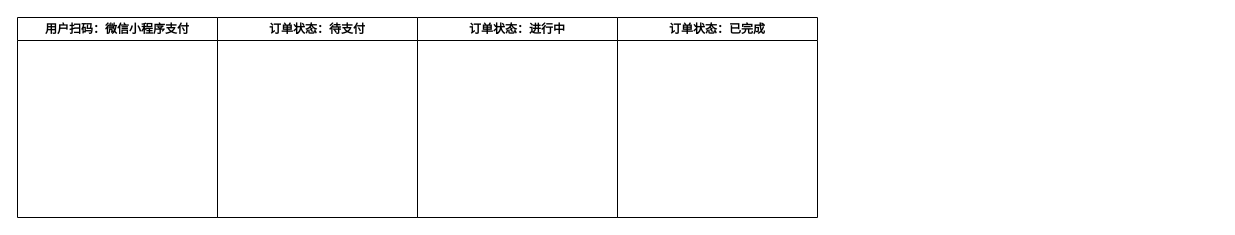
Before: 订单状态.drawio in joestarhu/drowio, a draw.io diagram. Source tidied: cells renumbered, new cells numbered last; positions are measured from the earlier drawing's top-left corner, leaving out a move shared by most shapes. Both pictures are drawn from the tidied source at 100%, with x=0, y=0 at pixel (17, 17).
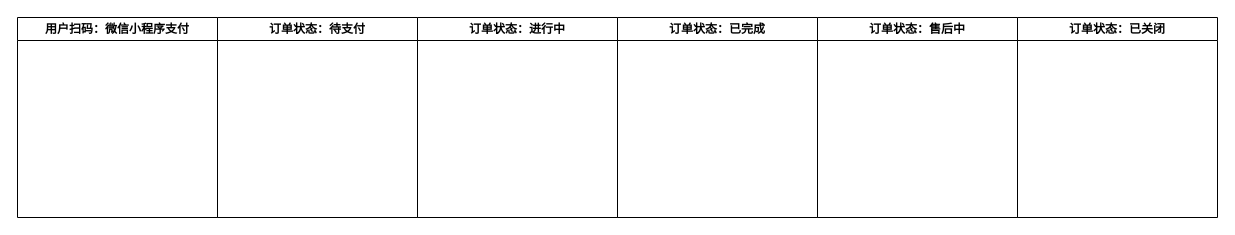
Above is the later version.

Commit message (it also covers changes not shown here):
更新订单状态.drawio

Diff of the diagram source:
```diff
@@
 <mxGraphModel>
   <root>
     <mxCell id="0" />
     <mxCell id="1" parent="0" />
     <mxCell id="2" value="用户扫码：微信小程序支付" style="swimlane;whiteSpace=wrap;html=1;" parent="1" vertex="1">
       <mxGeometry width="200" height="200" as="geometry" />
     </mxCell>
     <mxCell id="3" value="订单状态：待支付" style="swimlane;whiteSpace=wrap;html=1;" parent="1" vertex="1">
       <mxGeometry x="200" width="200" height="200" as="geometry" />
     </mxCell>
     <mxCell id="4" value="订单状态：进行中" style="swimlane;whiteSpace=wrap;html=1;" parent="1" vertex="1">
       <mxGeometry x="400" width="200" height="200" as="geometry" />
     </mxCell>
     <mxCell id="5" value="订单状态：已完成" style="swimlane;whiteSpace=wrap;html=1;" parent="1" vertex="1">
       <mxGeometry x="600" width="200" height="200" as="geometry" />
     </mxCell>
+    <mxCell id="6" value="订单状态：售后中" style="swimlane;whiteSpace=wrap;html=1;" parent="1" vertex="1">
+      <mxGeometry x="800" width="200" height="200" as="geometry" />
+    </mxCell>
+    <mxCell id="7" value="订单状态：已关闭" style="swimlane;whiteSpace=wrap;html=1;" parent="1" vertex="1">
+      <mxGeometry x="1000" width="200" height="200" as="geometry" />
+    </mxCell>
   </root>
 </mxGraphModel>
```
